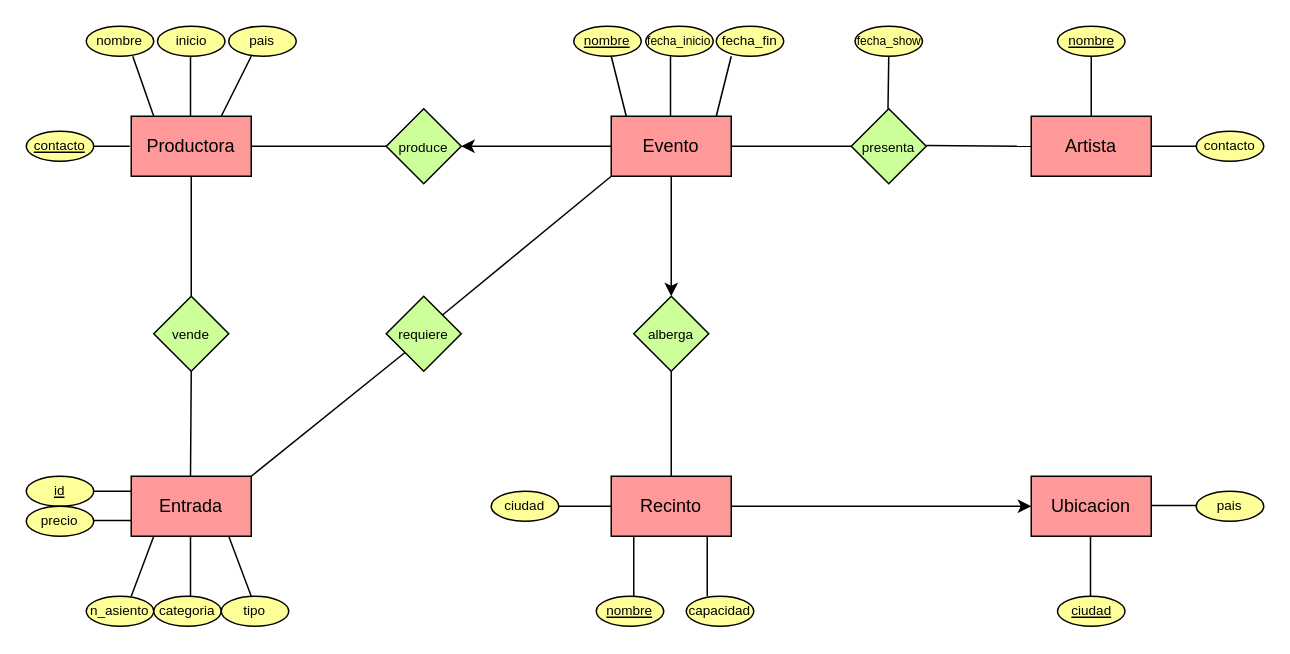
Before: Untitled Diagram.drawio in catalinasaini/random, a draw.io diagram. Source tidied: cells renumbered, new cells numbered last; positions are measured from the earlier drawing's top-left corner, leaving out a move shared by most shapes. Both pictures are drawn from the tidied source at 150%, with x=0, y=0 at pixel (26, 26).
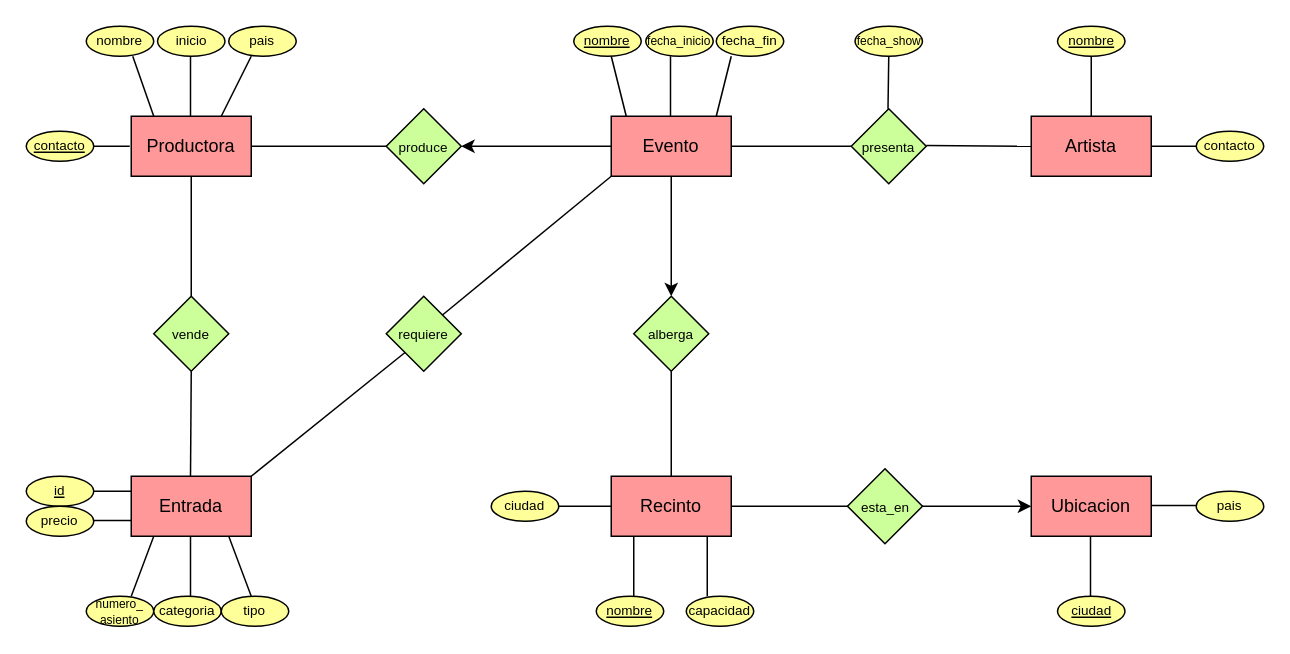
The same page after the edit.

The edit, as a diff of the source:
```diff
@@
-    <mxCell id="59" value="n_asiento" style="ellipse;whiteSpace=wrap;html=1;fontSize=9;fillColor=#FFFF99;" parent="1" vertex="1">
+    <mxCell id="59" value="&lt;font style=&quot;font-size: 8px;&quot;&gt;numero_&lt;br&gt;asiento&lt;/font&gt;" style="ellipse;whiteSpace=wrap;html=1;fontSize=9;fillColor=#FFFF99;" parent="1" vertex="1">
       <mxGeometry x="40" y="380" width="45" height="20" as="geometry" />
     </mxCell>
@@
+    <mxCell id="64" value="&lt;font style=&quot;font-size: 9px&quot;&gt;esta_en&lt;/font&gt;" style="rhombus;whiteSpace=wrap;html=1;fillColor=#CCFF99;" parent="1" vertex="1">
+      <mxGeometry x="547.5" y="295" width="50" height="50" as="geometry" />
+    </mxCell>
```
